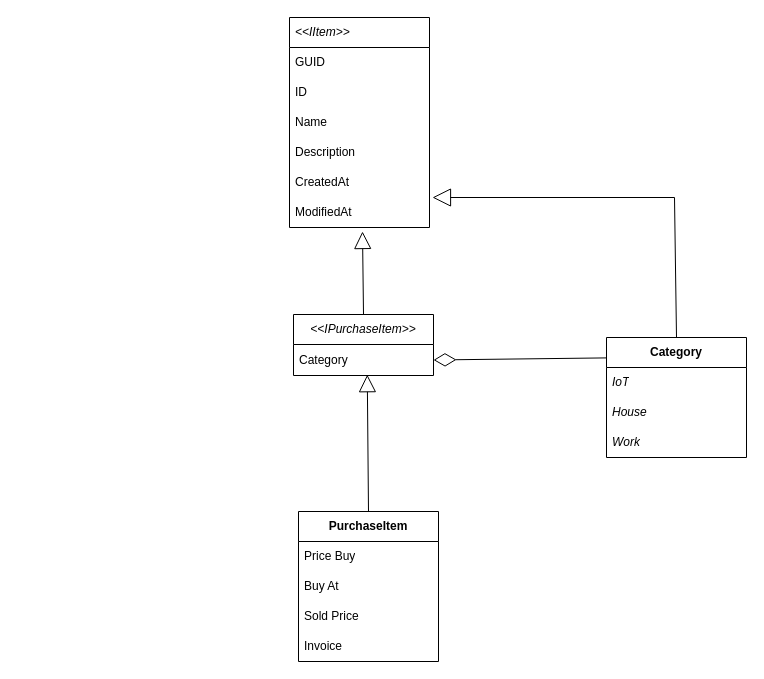
hththai/go-doc-service keeps this draw.io diagram as page "Page-4" (6 of 6) of ERP_Design.drawio. Above is the earlier version. Source tidied: cells renumbered, new cells numbered last; positions are measured from the earlier drawing's top-left corner, leaving out a move shared by most shapes. Both pictures are drawn from the tidied source at 100%, with x=0, y=0 at pixel (289, 17).
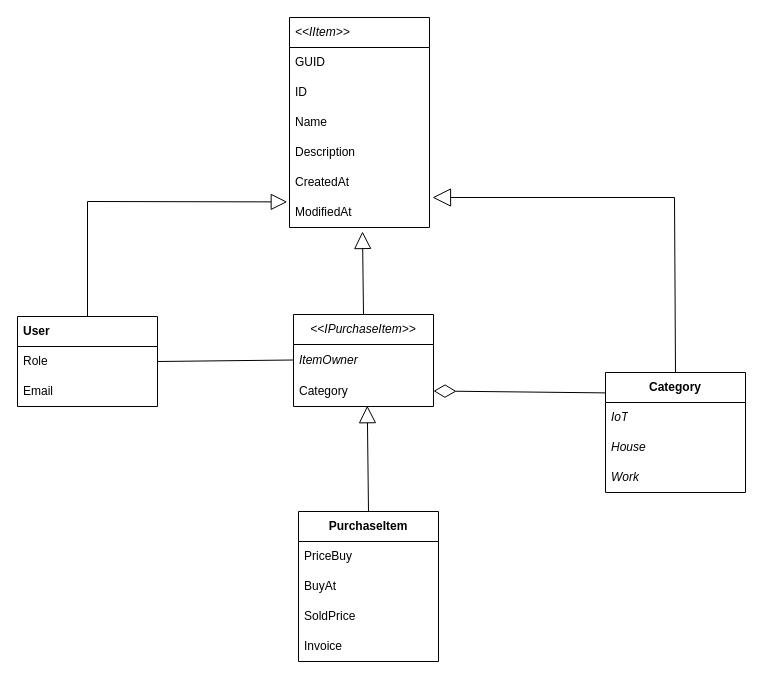
Above is the later version.

Unchanged cells that the change refers to:
```xml
<mxCell id="8" value="&lt;b&gt;PurchaseItem&lt;/b&gt;" style="swimlane;fontStyle=0;horizontal=1;startSize=30;whiteSpace=wrap;html=1;align=center;verticalAlign=middle;spacingLeft=4;spacingRight=4;fontFamily=Helvetica;fontSize=12;fontColor=default;fillColor=none;gradientColor=none;" parent="1" vertex="1">
  <mxGeometry x="9" y="494" width="140" height="150" as="geometry" />
</mxCell>
<mxCell id="20" value="CreatedAt" style="text;strokeColor=none;fillColor=none;align=left;verticalAlign=middle;spacingLeft=4;spacingRight=4;overflow=hidden;points=[[0,0.5],[1,0.5]];portConstraint=eastwest;whiteSpace=wrap;html=1;fontFamily=Helvetica;fontSize=12;fontColor=default;" parent="15" vertex="1">
  <mxGeometry y="150" width="140" height="30" as="geometry" />
</mxCell>
```

Change to the diagram source:
```diff
@@
     <mxCell id="2" value="&lt;i&gt;&amp;lt;&amp;lt;IPurchaseItem&amp;gt;&amp;gt;&lt;/i&gt;" style="swimlane;fontStyle=0;horizontal=1;startSize=30;whiteSpace=wrap;html=1;" parent="1" vertex="1">
-      <mxGeometry x="4" y="297" width="140" height="61" as="geometry" />
+      <mxGeometry x="4" y="297" width="140" height="92" as="geometry" />
     </mxCell>
+    <mxCell id="24" value="&lt;i&gt;ItemOwner&lt;/i&gt;" style="text;strokeColor=none;fillColor=none;align=left;verticalAlign=middle;spacingLeft=4;spacingRight=4;overflow=hidden;points=[[0,0.5],[1,0.5]];portConstraint=eastwest;whiteSpace=wrap;html=1;" parent="2" vertex="1">
+      <mxGeometry y="30" width="140" height="31" as="geometry" />
+    </mxCell>
     <mxCell id="3" value="Category" style="text;strokeColor=none;fillColor=none;align=left;verticalAlign=middle;spacingLeft=4;spacingRight=4;overflow=hidden;points=[[0,0.5],[1,0.5]];portConstraint=eastwest;whiteSpace=wrap;html=1;" parent="2" vertex="1">
-      <mxGeometry y="30" width="140" height="31" as="geometry" />
+      <mxGeometry y="61" width="140" height="31" as="geometry" />
     </mxCell>
     <mxCell id="4" value="&lt;b&gt;Category&lt;/b&gt;" style="swimlane;fontStyle=0;horizontal=1;startSize=30;whiteSpace=wrap;html=1;align=center;verticalAlign=middle;spacingLeft=4;spacingRight=4;fontFamily=Helvetica;fontSize=12;fontColor=default;fillColor=none;gradientColor=none;" parent="1" vertex="1">
-      <mxGeometry x="317" y="320" width="140" height="120" as="geometry" />
+      <mxGeometry x="316" y="355" width="140" height="120" as="geometry" />
     </mxCell>
@@
-    <mxCell id="9" value="Price Buy" style="text;strokeColor=none;fillColor=none;align=left;verticalAlign=middle;spacingLeft=4;spacingRight=4;overflow=hidden;whiteSpace=wrap;html=1;fontFamily=Helvetica;fontSize=12;fontColor=default;" parent="8" vertex="1">
+    <mxCell id="9" value="PriceBuy" style="text;strokeColor=none;fillColor=none;align=left;verticalAlign=middle;spacingLeft=4;spacingRight=4;overflow=hidden;whiteSpace=wrap;html=1;fontFamily=Helvetica;fontSize=12;fontColor=default;" parent="8" vertex="1">
       <mxGeometry y="30" width="140" height="30" as="geometry" />
     </mxCell>
-    <mxCell id="10" value="Buy At" style="text;strokeColor=none;fillColor=none;align=left;verticalAlign=middle;spacingLeft=4;spacingRight=4;overflow=hidden;whiteSpace=wrap;html=1;fontFamily=Helvetica;fontSize=12;fontColor=default;" parent="8" vertex="1">
+    <mxCell id="10" value="BuyAt" style="text;strokeColor=none;fillColor=none;align=left;verticalAlign=middle;spacingLeft=4;spacingRight=4;overflow=hidden;whiteSpace=wrap;html=1;fontFamily=Helvetica;fontSize=12;fontColor=default;" parent="8" vertex="1">
       <mxGeometry y="60" width="140" height="30" as="geometry" />
     </mxCell>
-    <mxCell id="11" value="Sold Price" style="text;strokeColor=none;fillColor=none;align=left;verticalAlign=middle;spacingLeft=4;spacingRight=4;overflow=hidden;whiteSpace=wrap;html=1;fontFamily=Helvetica;fontSize=12;fontColor=default;" parent="8" vertex="1">
+    <mxCell id="11" value="SoldPrice" style="text;strokeColor=none;fillColor=none;align=left;verticalAlign=middle;spacingLeft=4;spacingRight=4;overflow=hidden;whiteSpace=wrap;html=1;fontFamily=Helvetica;fontSize=12;fontColor=default;" parent="8" vertex="1">
       <mxGeometry y="90" width="140" height="30" as="geometry" />
     </mxCell>
@@
+    <mxCell id="25" value="&lt;b&gt;User&lt;/b&gt;" style="swimlane;fontStyle=0;horizontal=1;startSize=30;whiteSpace=wrap;html=1;align=left;verticalAlign=middle;spacingLeft=4;spacingRight=4;fontFamily=Helvetica;fontSize=12;fontColor=default;fillColor=none;gradientColor=none;" parent="1" vertex="1">
+      <mxGeometry x="-272" y="299" width="140" height="90" as="geometry" />
+    </mxCell>
+    <mxCell id="26" value="Role" style="text;strokeColor=none;fillColor=none;align=left;verticalAlign=middle;spacingLeft=4;spacingRight=4;overflow=hidden;points=[[0,0.5],[1,0.5]];portConstraint=eastwest;whiteSpace=wrap;html=1;fontFamily=Helvetica;fontSize=12;fontColor=default;" parent="25" vertex="1">
+      <mxGeometry y="30" width="140" height="30" as="geometry" />
+    </mxCell>
+    <mxCell id="27" value="Email" style="text;strokeColor=none;fillColor=none;align=left;verticalAlign=middle;spacingLeft=4;spacingRight=4;overflow=hidden;whiteSpace=wrap;html=1;fontFamily=Helvetica;fontSize=12;fontColor=default;" parent="25" vertex="1">
+      <mxGeometry y="60" width="140" height="30" as="geometry" />
+    </mxCell>
+    <mxCell id="28" style="endArrow=block;html=1;rounded=0;fontFamily=Helvetica;fontSize=12;fontColor=default;exitX=0.5;exitY=0;exitDx=0;exitDy=0;entryX=-0.016;entryY=1.147;entryDx=0;entryDy=0;entryPerimeter=0;endFill=0;endSize=14;" parent="1" edge="1" source="25" target="20">
+      <mxGeometry relative="1" as="geometry">
+        <Array as="points">
+          <mxPoint x="-202" y="184" />
+        </Array>
+      </mxGeometry>
+    </mxCell>
+    <mxCell id="29" style="endArrow=none;html=1;rounded=0;fontFamily=Helvetica;fontSize=12;fontColor=default;exitX=1;exitY=0.5;exitDx=0;exitDy=0;entryX=0;entryY=0.5;entryDx=0;entryDy=0;endFill=0;" parent="1" edge="1" source="26" target="24">
+      <mxGeometry relative="1" as="geometry" />
+    </mxCell>
```
